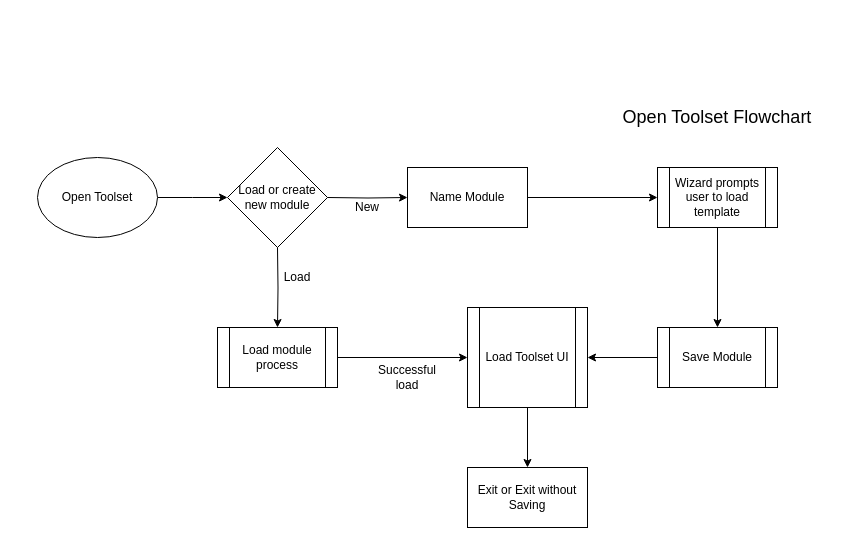
Above: Phase2/Flowcharts/modgodToolset/ModGod/project ilmatar Phase 2 flowchart MODGODtoolset20210130_A.drawio in RPG-Research/bcirpg (draw.io), before the change. Source tidied: cells renumbered, new cells numbered last; positions are measured from the earlier drawing's top-left corner, leaving out a move shared by most shapes. Both pictures are drawn from the tidied source at 100%, with x=0, y=0 at pixel (37, 107).
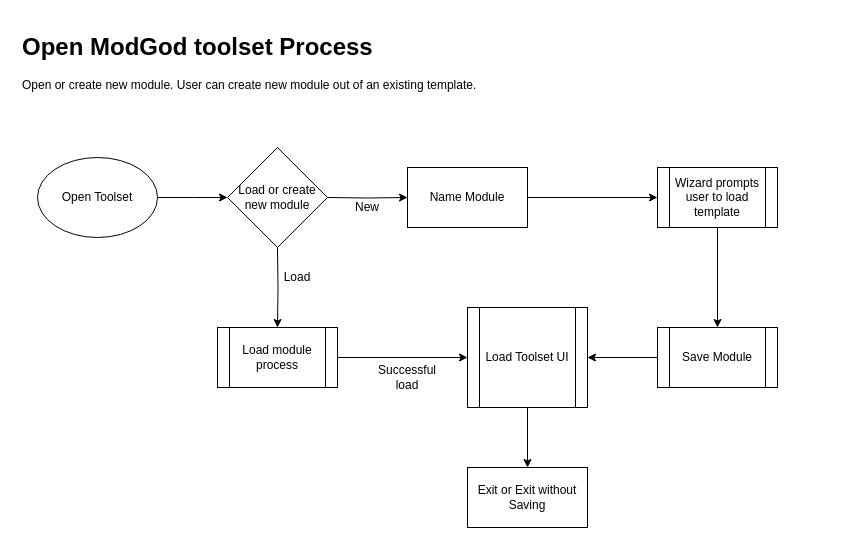
Above is the later version.

Diff of the diagram source:
```diff
@@
-    <mxCell id="20" value="&lt;font style=&quot;font-size: 18px&quot;&gt;Open Toolset Flowchart&lt;/font&gt;" style="text;html=1;strokeColor=none;fillColor=none;align=center;verticalAlign=middle;whiteSpace=wrap;rounded=0;" parent="1" vertex="1">
-      <mxGeometry x="560" width="240" height="20" as="geometry" />
-    </mxCell>
@@
+    <mxCell id="22" value="&lt;h1&gt;Open ModGod toolset Process&lt;/h1&gt;&lt;p&gt;Open or create new module. User can create new module out of an existing template.&lt;/p&gt;" style="text;html=1;strokeColor=none;fillColor=none;spacing=5;spacingTop=-20;whiteSpace=wrap;overflow=hidden;rounded=0;" parent="1" vertex="1">
+      <mxGeometry x="-20" y="-80" width="830" height="120" as="geometry" />
+    </mxCell>
```
